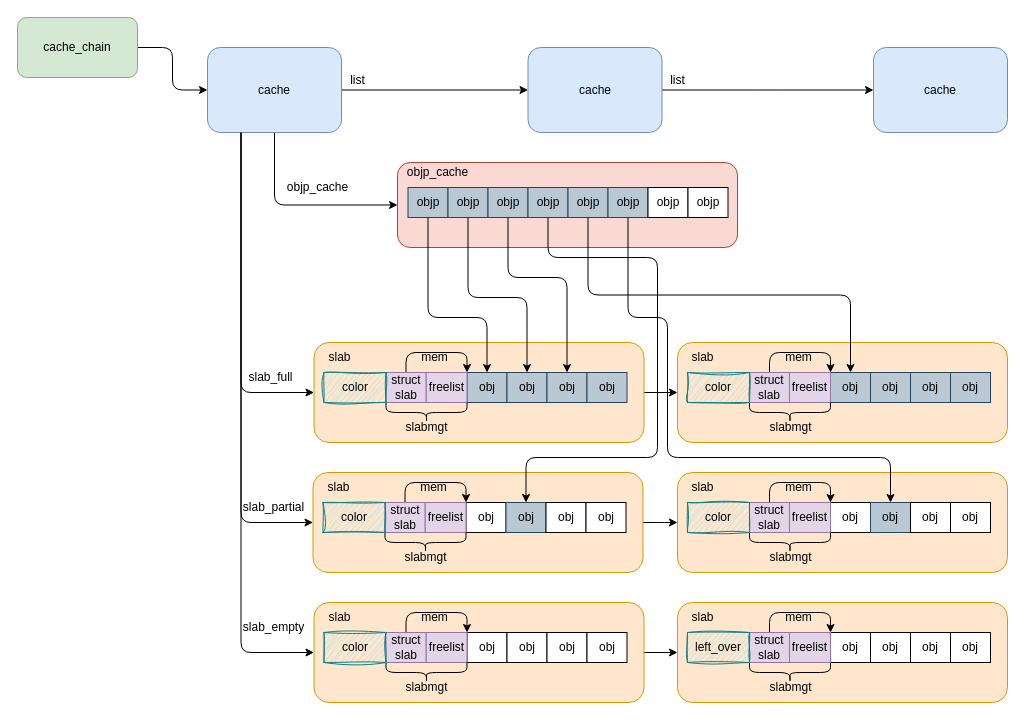
kongjun18/thesis keeps this draw.io diagram as images/kmem_cache-physical-structure.drawio. Above is the earlier version. Source tidied: cells renumbered, new cells numbered last; positions are measured from the earlier drawing's top-left corner, leaving out a move shared by most shapes. Both pictures are drawn from the tidied source at 100%, with x=0, y=0 at pixel (17, 17).
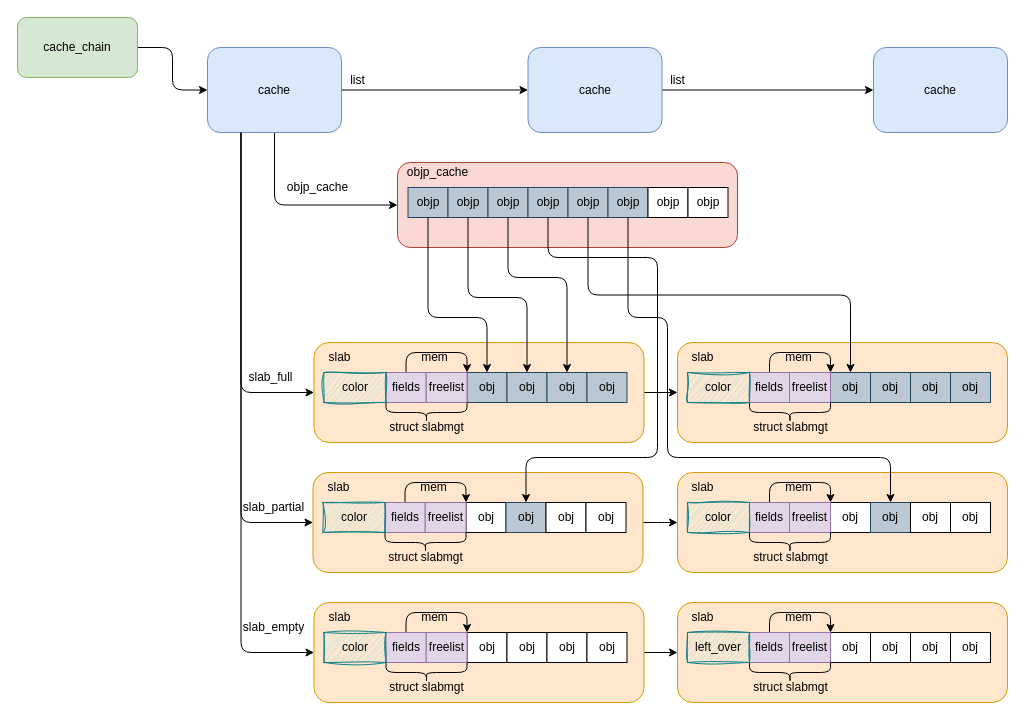
The same page after the edit.

Commit message (it also covers changes not shown here):
修复错误 slab 字段和图示

What changed in the source:
```diff
@@
-    <mxCell id="38" value="struct slab" style="rounded=0;whiteSpace=wrap;html=1;fillColor=#e1d5e7;strokeColor=#9673a6;shadow=0;" parent="1" vertex="1">
+    <mxCell id="38" value="fields" style="rounded=0;whiteSpace=wrap;html=1;fillColor=#e1d5e7;strokeColor=#9673a6;shadow=0;" parent="1" vertex="1">
       <mxGeometry x="367.5" y="485" width="40" height="30" as="geometry" />
     </mxCell>
@@
-    <mxCell id="40" value="slabmgt" style="text;html=1;align=center;verticalAlign=middle;strokeColor=none;fillColor=none;" parent="1" vertex="1">
+    <mxCell id="40" value="struct slabmgt" style="text;html=1;align=center;verticalAlign=middle;strokeColor=none;fillColor=none;" parent="1" vertex="1">
       <mxGeometry x="373" y="525" width="70" height="30" as="geometry" />
     </mxCell>
@@
-    <mxCell id="51" value="struct slab" style="rounded=0;whiteSpace=wrap;html=1;fillColor=#e1d5e7;strokeColor=#9673a6;shadow=0;" parent="1" vertex="1">
+    <mxCell id="51" value="fields" style="rounded=0;whiteSpace=wrap;html=1;fillColor=#e1d5e7;strokeColor=#9673a6;shadow=0;" parent="1" vertex="1">
       <mxGeometry x="732" y="485" width="40" height="30" as="geometry" />
     </mxCell>
@@
-    <mxCell id="53" value="slabmgt" style="text;html=1;align=center;verticalAlign=middle;strokeColor=none;fillColor=none;" parent="1" vertex="1">
+    <mxCell id="53" value="struct slabmgt" style="text;html=1;align=center;verticalAlign=middle;strokeColor=none;fillColor=none;" parent="1" vertex="1">
       <mxGeometry x="737.5" y="525" width="70" height="30" as="geometry" />
     </mxCell>
@@
-    <mxCell id="65" value="struct slab" style="rounded=0;whiteSpace=wrap;html=1;fillColor=#e1d5e7;strokeColor=#9673a6;shadow=0;" parent="1" vertex="1">
+    <mxCell id="65" value="fields" style="rounded=0;whiteSpace=wrap;html=1;fillColor=#e1d5e7;strokeColor=#9673a6;shadow=0;" parent="1" vertex="1">
       <mxGeometry x="368.5" y="615" width="40" height="30" as="geometry" />
     </mxCell>
@@
-    <mxCell id="67" value="slabmgt" style="text;html=1;align=center;verticalAlign=middle;strokeColor=none;fillColor=none;" parent="1" vertex="1">
+    <mxCell id="67" value="struct slabmgt" style="text;html=1;align=center;verticalAlign=middle;strokeColor=none;fillColor=none;" parent="1" vertex="1">
       <mxGeometry x="374" y="655" width="70" height="30" as="geometry" />
     </mxCell>
@@
-    <mxCell id="78" value="struct slab" style="rounded=0;whiteSpace=wrap;html=1;fillColor=#e1d5e7;strokeColor=#9673a6;shadow=0;" parent="1" vertex="1">
+    <mxCell id="78" value="fields" style="rounded=0;whiteSpace=wrap;html=1;fillColor=#e1d5e7;strokeColor=#9673a6;shadow=0;" parent="1" vertex="1">
       <mxGeometry x="732" y="615" width="40" height="30" as="geometry" />
     </mxCell>
@@
-    <mxCell id="80" value="slabmgt" style="text;html=1;align=center;verticalAlign=middle;strokeColor=none;fillColor=none;" parent="1" vertex="1">
+    <mxCell id="80" value="struct slabmgt" style="text;html=1;align=center;verticalAlign=middle;strokeColor=none;fillColor=none;" parent="1" vertex="1">
       <mxGeometry x="737.5" y="655" width="70" height="30" as="geometry" />
     </mxCell>
@@
-    <mxCell id="92" value="struct slab" style="rounded=0;whiteSpace=wrap;html=1;fillColor=#e1d5e7;strokeColor=#9673a6;shadow=0;" parent="1" vertex="1">
+    <mxCell id="92" value="fields" style="rounded=0;whiteSpace=wrap;html=1;fillColor=#e1d5e7;strokeColor=#9673a6;shadow=0;" parent="1" vertex="1">
       <mxGeometry x="368.5" y="355" width="40" height="30" as="geometry" />
     </mxCell>
@@
-    <mxCell id="94" value="slabmgt" style="text;html=1;align=center;verticalAlign=middle;strokeColor=none;fillColor=none;" parent="1" vertex="1">
+    <mxCell id="94" value="struct slabmgt" style="text;html=1;align=center;verticalAlign=middle;strokeColor=none;fillColor=none;" parent="1" vertex="1">
       <mxGeometry x="374" y="395" width="70" height="30" as="geometry" />
     </mxCell>
@@
-    <mxCell id="105" value="struct slab" style="rounded=0;whiteSpace=wrap;html=1;fillColor=#e1d5e7;strokeColor=#9673a6;shadow=0;" parent="1" vertex="1">
+    <mxCell id="105" value="fields" style="rounded=0;whiteSpace=wrap;html=1;fillColor=#e1d5e7;strokeColor=#9673a6;shadow=0;" parent="1" vertex="1">
       <mxGeometry x="732" y="355" width="40" height="30" as="geometry" />
     </mxCell>
@@
-    <mxCell id="107" value="slabmgt" style="text;html=1;align=center;verticalAlign=middle;strokeColor=none;fillColor=none;" parent="1" vertex="1">
+    <mxCell id="107" value="struct slabmgt" style="text;html=1;align=center;verticalAlign=middle;strokeColor=none;fillColor=none;" parent="1" vertex="1">
       <mxGeometry x="737.5" y="395" width="70" height="30" as="geometry" />
     </mxCell>
```
